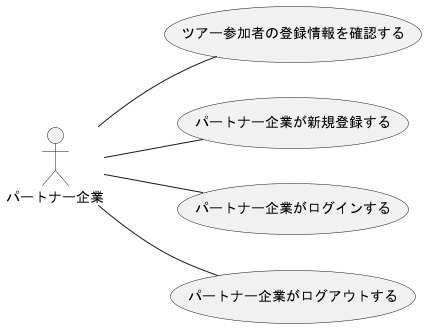
This is out/F_usecase_client/パートナー企業_usecase(1).png from ksw2270227/GroupF, a PlantUML export, as it was before one commit. Its diagram source:
```plantuml
@startuml パートナー企業_usecase(1)
left to right direction
actor パートナー企業

パートナー企業 -- (ツアー参加者の登録情報を確認する)
パートナー企業 -- (パートナー企業が新規登録する)
パートナー企業 -- (パートナー企業がログインする)
パートナー企業 -- (パートナー企業がログアウトする)

@enduml
```
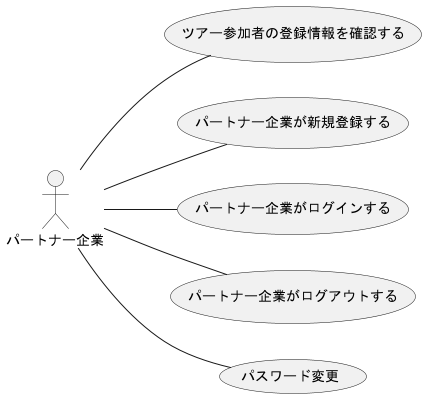
After the change.

The edit, as a diff of the source:
```diff
@@ -6,5 +6,5 @@
 パートナー企業 -- (パートナー企業が新規登録する)
 パートナー企業 -- (パートナー企業がログインする)
 パートナー企業 -- (パートナー企業がログアウトする)
-
+パートナー企業 -- (パスワード変更)
 @enduml
```
